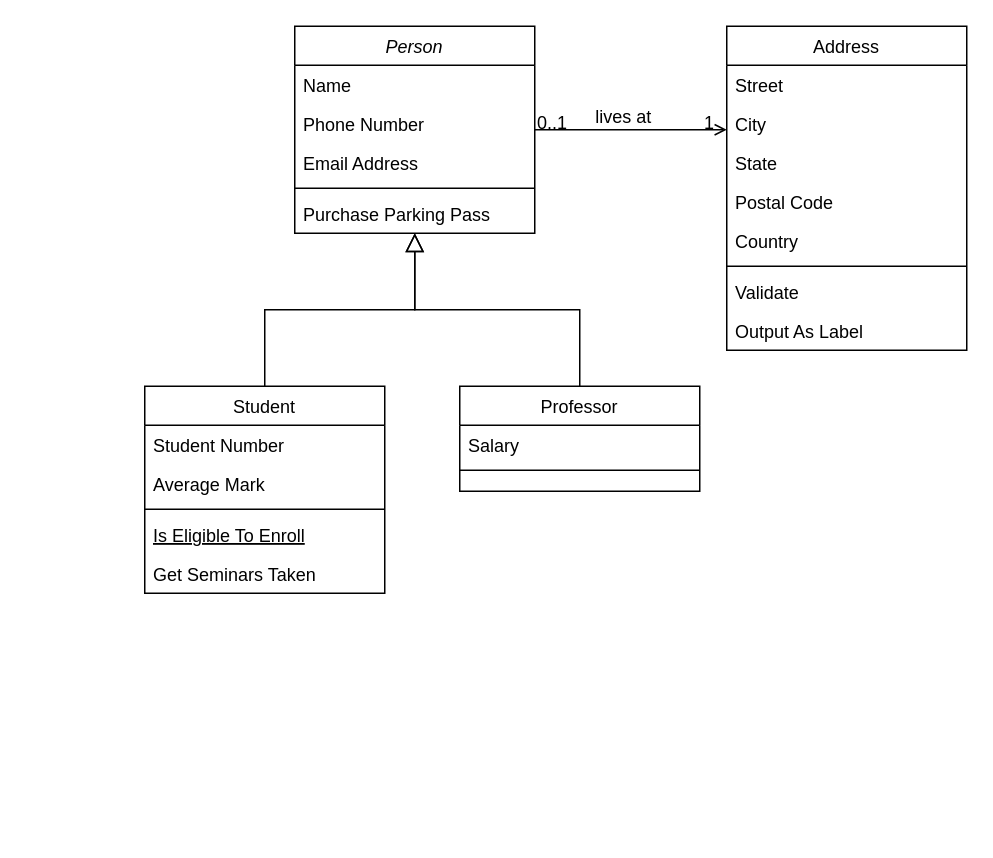
This is IA.drawio from 0neShot/IA, a draw.io file, before an edit. Source tidied: cells renumbered, new cells numbered last; positions are measured from the earlier drawing's top-left corner, leaving out a move shared by most shapes. Both pictures are drawn from the tidied source at 150%, with x=0, y=0 at pixel (144, 26).
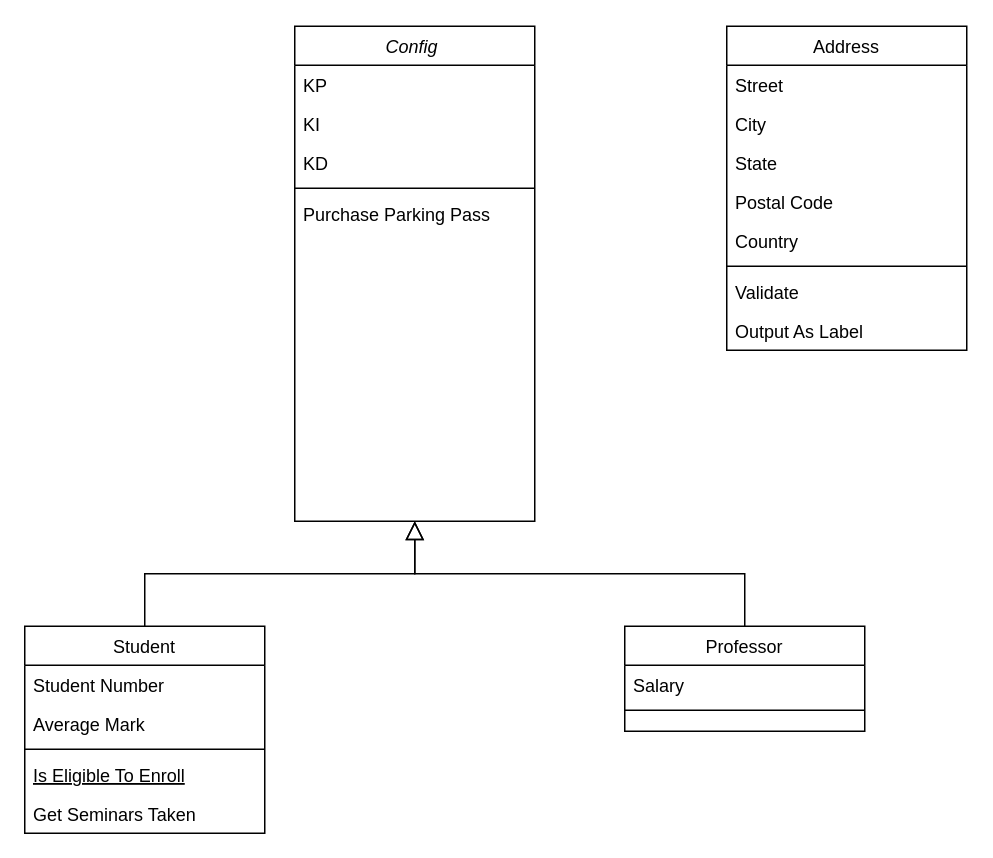
After the change.

The change refers to these unchanged cells:
```xml
<mxCell id="19" value="Address" style="swimlane;fontStyle=0;align=center;verticalAlign=top;horizontal=1;startSize=26;rounded=0;shadow=0;strokeWidth=1;" parent="1" vertex="1">
  <mxGeometry x="388" width="160" height="216" as="geometry" />
</mxCell>
```

Change to the diagram source:
```diff
@@
-    <mxCell id="2" value="Person" style="swimlane;fontStyle=2;align=center;verticalAlign=top;horizontal=1;startSize=26;rounded=0;shadow=0;strokeWidth=1;" parent="1" vertex="1">
-      <mxGeometry x="100" width="160" height="138" as="geometry" />
+    <mxCell id="2" value="Config " style="swimlane;fontStyle=2;align=center;verticalAlign=top;horizontal=1;startSize=26;rounded=0;shadow=0;strokeWidth=1;" parent="1" vertex="1">
+      <mxGeometry x="100" width="160" height="330" as="geometry" />
     </mxCell>
-    <mxCell id="3" value="Name" style="text;align=left;verticalAlign=top;spacingLeft=4;spacingRight=4;overflow=hidden;" parent="2" vertex="1">
+    <mxCell id="3" value="KP" style="text;align=left;verticalAlign=top;spacingLeft=4;spacingRight=4;overflow=hidden;" parent="2" vertex="1">
       <mxGeometry y="26" width="160" height="26" as="geometry" />
     </mxCell>
-    <mxCell id="4" value="Phone Number" style="text;align=left;verticalAlign=top;spacingLeft=4;spacingRight=4;overflow=hidden;rounded=0;shadow=0;html=0;" parent="2" vertex="1">
+    <mxCell id="4" value="KI" style="text;align=left;verticalAlign=top;spacingLeft=4;spacingRight=4;overflow=hidden;rounded=0;shadow=0;html=0;" parent="2" vertex="1">
       <mxGeometry y="52" width="160" height="26" as="geometry" />
     </mxCell>
-    <mxCell id="5" value="Email Address" style="text;align=left;verticalAlign=top;spacingLeft=4;spacingRight=4;overflow=hidden;rounded=0;shadow=0;html=0;" parent="2" vertex="1">
+    <mxCell id="5" value="KD" style="text;align=left;verticalAlign=top;spacingLeft=4;spacingRight=4;overflow=hidden;rounded=0;shadow=0;html=0;" parent="2" vertex="1">
       <mxGeometry y="78" width="160" height="26" as="geometry" />
     </mxCell>
@@
     <mxCell id="8" value="Student" style="swimlane;fontStyle=0;align=center;verticalAlign=top;horizontal=1;startSize=26;rounded=0;shadow=0;strokeWidth=1;" parent="1" vertex="1">
-      <mxGeometry y="240" width="160" height="138" as="geometry" />
+      <mxGeometry x="-80" y="400" width="160" height="138" as="geometry" />
     </mxCell>
@@
     <mxCell id="15" value="Professor" style="swimlane;fontStyle=0;align=center;verticalAlign=top;horizontal=1;startSize=26;rounded=0;shadow=0;strokeWidth=1;" parent="1" vertex="1">
-      <mxGeometry x="210" y="240" width="160" height="70" as="geometry" />
+      <mxGeometry x="320" y="400" width="160" height="70" as="geometry" />
     </mxCell>
@@
-    <mxCell id="28" style="endArrow=open;shadow=0;strokeWidth=1;rounded=0;curved=0;endFill=1;edgeStyle=elbowEdgeStyle;elbow=vertical;" parent="1" edge="1" source="2" target="19">
-      <mxGeometry x="0.5" y="41" relative="1" as="geometry">
-        <mxPoint x="-40" y="32" as="offset" />
-      </mxGeometry>
-    </mxCell>
-    <mxCell id="29" value="0..1" style="align=left;verticalAlign=bottom;labelBackgroundColor=none;fontSize=12;" parent="28" vertex="1">
-      <mxGeometry x="-1" relative="1" as="geometry">
-        <mxPoint y="4" as="offset" />
-      </mxGeometry>
-    </mxCell>
-    <mxCell id="30" value="1" style="align=right;verticalAlign=bottom;labelBackgroundColor=none;fontSize=12;" parent="28" vertex="1">
-      <mxGeometry x="1" relative="1" as="geometry">
-        <mxPoint x="-7" y="4" as="offset" />
-      </mxGeometry>
-    </mxCell>
-    <mxCell id="31" value="lives at" style="text;html=1;align=center;verticalAlign=middle;labelBackgroundColor=none;rounded=0;shadow=0;strokeWidth=1;fontSize=12;" parent="28" vertex="1">
-      <mxGeometry x="0.5" y="49" relative="1" as="geometry">
-        <mxPoint x="-38" y="40" as="offset" />
-      </mxGeometry>
-    </mxCell>
```
